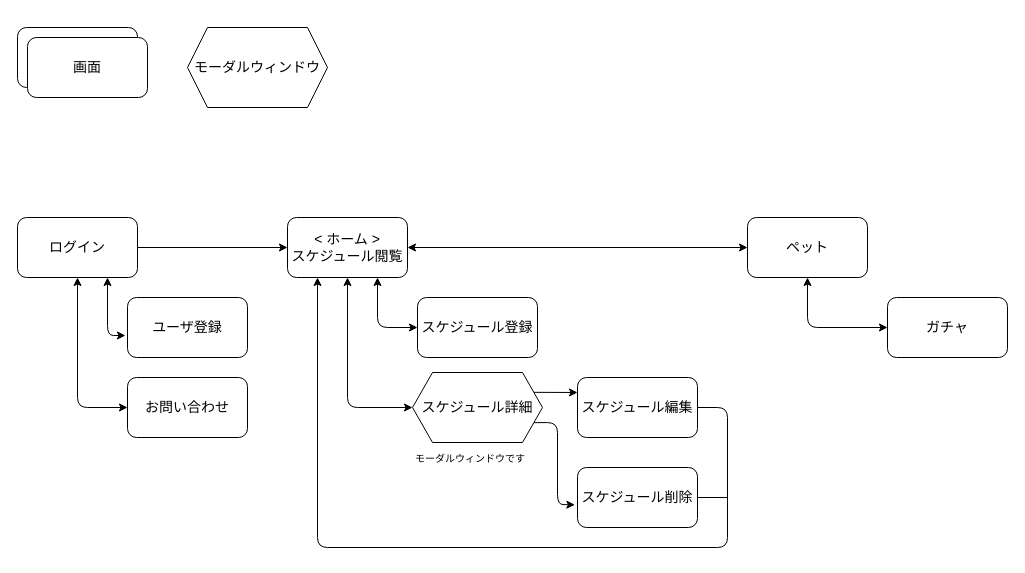
Earlier version of the draw.io diagram doc/画面遷移図.drawio (dojo2023/E-3). Source tidied: cells renumbered, new cells numbered last; positions are measured from the earlier drawing's top-left corner, leaving out a move shared by most shapes. Both pictures are drawn from the tidied source at 100%, with x=0, y=0 at pixel (17, 27).
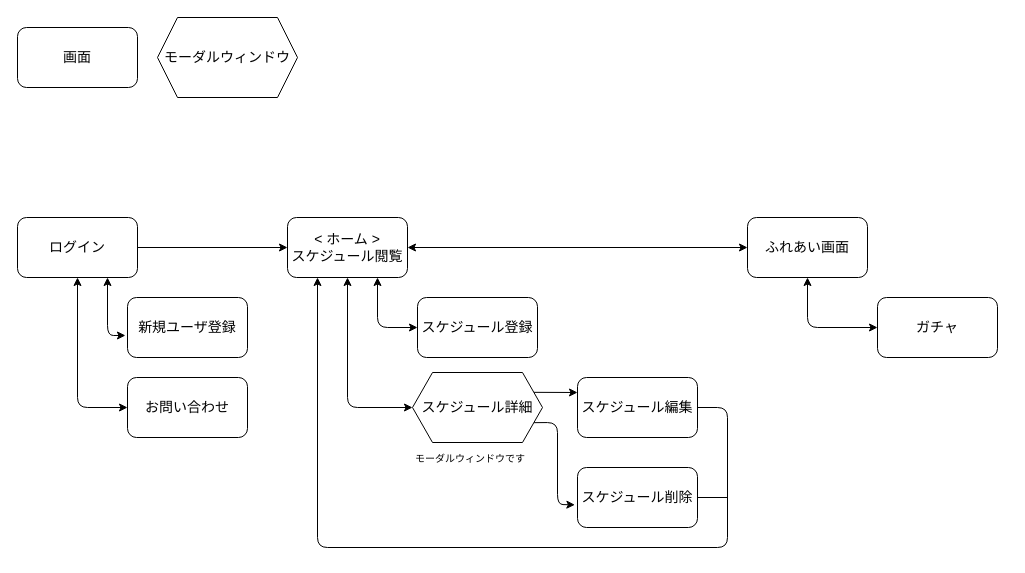
After the change.

Commit message:
画面遷移図_修正_1

ペット画面をふれあい画面に変更

What changed in the source:
```diff
@@
-    <mxCell id="11" value="&lt;font style=&quot;font-size: 14px;&quot;&gt;画面&lt;/font&gt;" style="rounded=1;whiteSpace=wrap;html=1;fontSize=14;" parent="1" vertex="1">
-      <mxGeometry x="10" y="10" width="120" height="60" as="geometry" />
-    </mxCell>
@@
-    <mxCell id="17" value="&lt;font style=&quot;font-size: 14px;&quot;&gt;ユーザ登録&lt;/font&gt;" style="rounded=1;whiteSpace=wrap;html=1;fontSize=14;" parent="1" vertex="1">
+    <mxCell id="17" value="&lt;font style=&quot;font-size: 14px;&quot;&gt;新規ユーザ登録&lt;/font&gt;" style="rounded=1;whiteSpace=wrap;html=1;fontSize=14;" parent="1" vertex="1">
       <mxGeometry x="110" y="270" width="120" height="60" as="geometry" />
     </mxCell>
@@
-    <mxCell id="19" value="&lt;span style=&quot;font-size: 14px;&quot;&gt;ペット&lt;/span&gt;" style="rounded=1;whiteSpace=wrap;html=1;fontSize=14;" parent="1" vertex="1">
+    <mxCell id="19" value="ふれあい画面" style="rounded=1;whiteSpace=wrap;html=1;fontSize=14;" parent="1" vertex="1">
       <mxGeometry x="730" y="190" width="120" height="60" as="geometry" />
     </mxCell>
     <mxCell id="20" value="モーダルウィンドウ&lt;br&gt;" style="shape=hexagon;perimeter=hexagonPerimeter2;whiteSpace=wrap;html=1;fixedSize=1;fontSize=14;" parent="1" vertex="1">
-      <mxGeometry x="170" width="140" height="80" as="geometry" />
+      <mxGeometry x="140" y="-10" width="140" height="80" as="geometry" />
     </mxCell>
@@
     <mxCell id="23" value="&lt;span style=&quot;font-size: 14px;&quot;&gt;ガチャ&lt;/span&gt;" style="rounded=1;whiteSpace=wrap;html=1;fontSize=14;" parent="1" vertex="1">
-      <mxGeometry x="870" y="270" width="120" height="60" as="geometry" />
+      <mxGeometry x="860" y="270" width="120" height="60" as="geometry" />
     </mxCell>
```
